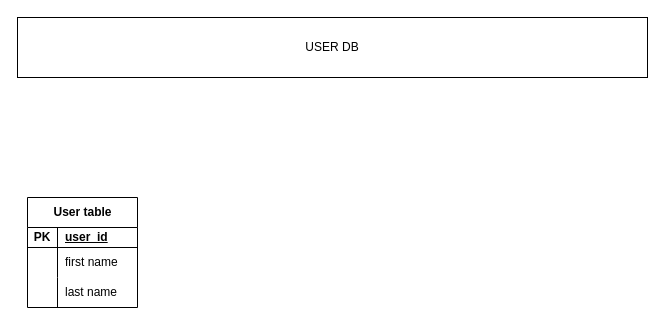
The draw.io diagram user-account.drawio in ryada36/my-solutions-diagram, before the edit. Source tidied: cells renumbered, new cells numbered last; positions are measured from the earlier drawing's top-left corner, leaving out a move shared by most shapes. Both pictures are drawn from the tidied source at 100%, with x=0, y=0 at pixel (17, 17).
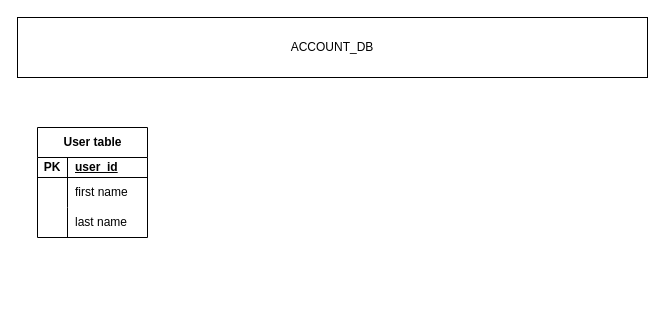
The same page after the edit.

What changed in the source:
```diff
@@
 <mxGraphModel>
   <root>
     <mxCell id="0" />
     <mxCell id="1" parent="0" />
     <mxCell id="2" value="User table" style="shape=table;startSize=30;childLayout=tableLayout;rowLines=0;fontStyle=1;align=center;html=1;" parent="1" vertex="1">
-      <mxGeometry x="10" y="180" width="110" height="110" as="geometry" />
+      <mxGeometry x="20" y="110" width="110" height="110" as="geometry" />
     </mxCell>
     <mxCell id="3" style="shape=tableRow;horizontal=0;startSize=0;swimlaneHead=0;swimlaneBody=0;fillColor=none;top=0;left=0;right=0;bottom=1;" parent="2" vertex="1">
       <mxGeometry y="30" width="110" height="20" as="geometry" />
     </mxCell>
     <mxCell id="4" value="PK" style="shape=partialRectangle;fillColor=none;top=0;left=0;bottom=0;right=0;fontStyle=1;overflow=hidden;whiteSpace=wrap;html=1;" parent="3" vertex="1">
       <mxGeometry width="30" height="20" as="geometry" />
     </mxCell>
     <mxCell id="5" value="user_id" style="shape=partialRectangle;fillColor=none;top=0;left=0;bottom=0;right=0;align=left;spacingLeft=6;fontStyle=5;overflow=hidden;whiteSpace=wrap;html=1;" parent="3" vertex="1">
       <mxGeometry x="30" width="80" height="20" as="geometry" />
     </mxCell>
     <mxCell id="6" style="shape=tableRow;horizontal=0;startSize=0;swimlaneHead=0;swimlaneBody=0;fillColor=none;top=0;left=0;right=0;bottom=0;" parent="2" vertex="1">
       <mxGeometry y="50" width="110" height="30" as="geometry" />
     </mxCell>
     <mxCell id="7" style="shape=partialRectangle;fillColor=none;top=0;left=0;bottom=0;right=0;overflow=hidden;whiteSpace=wrap;html=1;" parent="6" vertex="1">
       <mxGeometry width="30" height="30" as="geometry" />
     </mxCell>
     <mxCell id="8" value="first name" style="shape=partialRectangle;fillColor=none;top=0;left=0;bottom=0;right=0;align=left;spacingLeft=6;overflow=hidden;whiteSpace=wrap;html=1;" parent="6" vertex="1">
       <mxGeometry x="30" width="80" height="30" as="geometry" />
     </mxCell>
     <mxCell id="9" style="shape=tableRow;horizontal=0;startSize=0;swimlaneHead=0;swimlaneBody=0;fillColor=none;top=0;left=0;right=0;bottom=0;" parent="2" vertex="1">
       <mxGeometry y="80" width="110" height="30" as="geometry" />
     </mxCell>
     <mxCell id="10" style="shape=partialRectangle;fillColor=none;top=0;left=0;bottom=0;right=0;overflow=hidden;whiteSpace=wrap;html=1;" parent="9" vertex="1">
       <mxGeometry width="30" height="30" as="geometry" />
     </mxCell>
     <mxCell id="11" value="last name" style="shape=partialRectangle;fillColor=none;top=0;left=0;bottom=0;right=0;align=left;spacingLeft=6;overflow=hidden;whiteSpace=wrap;html=1;" parent="9" vertex="1">
       <mxGeometry x="30" width="80" height="30" as="geometry" />
     </mxCell>
-    <mxCell id="12" value="USER DB" style="rounded=0;whiteSpace=wrap;html=1;" parent="1" vertex="1">
+    <mxCell id="12" value="ACCOUNT_DB" style="rounded=0;whiteSpace=wrap;html=1;" parent="1" vertex="1">
       <mxGeometry width="630" height="60" as="geometry" />
     </mxCell>
   </root>
 </mxGraphModel>
```
